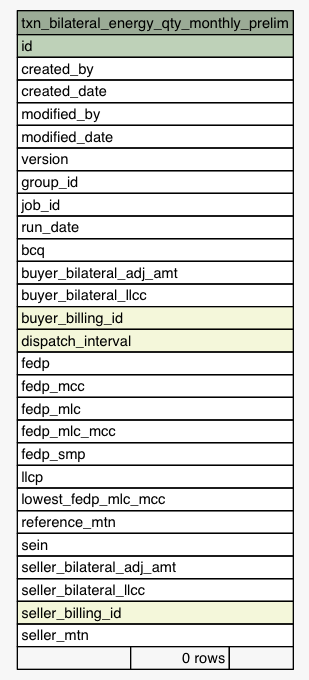
The Graphviz diagram Data/settlement/diagrams/summary/txn_bilateral_energy_qty_monthly_prelim.1degree.png in eyana-m/python-data-dictionary-writer, before a commit. Its source is kept beside it as Data/settlement/diagrams/summary/txn_bilateral_energy_qty_monthly_prelim.1degree.dot. The source it was exported from:
```dot
digraph "txn_bilateral_energy_qty_monthly_prelim" {
  graph [
    rankdir="RL"
    bgcolor="#f7f7f7"
    nodesep="0.18"
    ranksep="0.46"
    fontname="Helvetica"
    fontsize="11"
  ];
  node [
    fontname="Helvetica"
    fontsize="11"
    shape="plaintext"
  ];
  edge [
    arrowsize="0.8"
  ];
  "txn_bilateral_energy_qty_monthly_prelim" [
    label=<
    <TABLE BORDER="0" CELLBORDER="1" CELLSPACING="0" BGCOLOR="#ffffff">
      <TR><TD COLSPAN="3" BGCOLOR="#9bab96" ALIGN="CENTER">txn_bilateral_energy_qty_monthly_prelim</TD></TR>
      <TR><TD PORT="id" COLSPAN="3" BGCOLOR="#bed1b8" ALIGN="LEFT">id</TD></TR>
      <TR><TD PORT="created_by" COLSPAN="3" ALIGN="LEFT">created_by</TD></TR>
      <TR><TD PORT="created_date" COLSPAN="3" ALIGN="LEFT">created_date</TD></TR>
      <TR><TD PORT="modified_by" COLSPAN="3" ALIGN="LEFT">modified_by</TD></TR>
      <TR><TD PORT="modified_date" COLSPAN="3" ALIGN="LEFT">modified_date</TD></TR>
      <TR><TD PORT="version" COLSPAN="3" ALIGN="LEFT">version</TD></TR>
      <TR><TD PORT="group_id" COLSPAN="3" ALIGN="LEFT">group_id</TD></TR>
      <TR><TD PORT="job_id" COLSPAN="3" ALIGN="LEFT">job_id</TD></TR>
      <TR><TD PORT="run_date" COLSPAN="3" ALIGN="LEFT">run_date</TD></TR>
      <TR><TD PORT="bcq" COLSPAN="3" ALIGN="LEFT">bcq</TD></TR>
      <TR><TD PORT="buyer_bilateral_adj_amt" COLSPAN="3" ALIGN="LEFT">buyer_bilateral_adj_amt</TD></TR>
      <TR><TD PORT="buyer_bilateral_llcc" COLSPAN="3" ALIGN="LEFT">buyer_bilateral_llcc</TD></TR>
      <TR><TD PORT="buyer_billing_id" COLSPAN="3" BGCOLOR="#f4f7da" ALIGN="LEFT">buyer_billing_id</TD></TR>
      <TR><TD PORT="dispatch_interval" COLSPAN="3" BGCOLOR="#f4f7da" ALIGN="LEFT">dispatch_interval</TD></TR>
      <TR><TD PORT="fedp" COLSPAN="3" ALIGN="LEFT">fedp</TD></TR>
      <TR><TD PORT="fedp_mcc" COLSPAN="3" ALIGN="LEFT">fedp_mcc</TD></TR>
      <TR><TD PORT="fedp_mlc" COLSPAN="3" ALIGN="LEFT">fedp_mlc</TD></TR>
      <TR><TD PORT="fedp_mlc_mcc" COLSPAN="3" ALIGN="LEFT">fedp_mlc_mcc</TD></TR>
      <TR><TD PORT="fedp_smp" COLSPAN="3" ALIGN="LEFT">fedp_smp</TD></TR>
      <TR><TD PORT="llcp" COLSPAN="3" ALIGN="LEFT">llcp</TD></TR>
      <TR><TD PORT="lowest_fedp_mlc_mcc" COLSPAN="3" ALIGN="LEFT">lowest_fedp_mlc_mcc</TD></TR>
      <TR><TD PORT="reference_mtn" COLSPAN="3" ALIGN="LEFT">reference_mtn</TD></TR>
      <TR><TD PORT="sein" COLSPAN="3" ALIGN="LEFT">sein</TD></TR>
      <TR><TD PORT="seller_bilateral_adj_amt" COLSPAN="3" ALIGN="LEFT">seller_bilateral_adj_amt</TD></TR>
      <TR><TD PORT="seller_bilateral_llcc" COLSPAN="3" ALIGN="LEFT">seller_bilateral_llcc</TD></TR>
      <TR><TD PORT="seller_billing_id" COLSPAN="3" BGCOLOR="#f4f7da" ALIGN="LEFT">seller_billing_id</TD></TR>
      <TR><TD PORT="seller_mtn" COLSPAN="3" ALIGN="LEFT">seller_mtn</TD></TR>
      <TR><TD ALIGN="LEFT" BGCOLOR="#f7f7f7">  </TD><TD ALIGN="RIGHT" BGCOLOR="#f7f7f7">0 rows</TD><TD ALIGN="RIGHT" BGCOLOR="#f7f7f7">  </TD></TR>
    </TABLE>>
    URL="tables/txn_bilateral_energy_qty_monthly_prelim.html"
    tooltip="txn_bilateral_energy_qty_monthly_prelim"
  ];
}
```
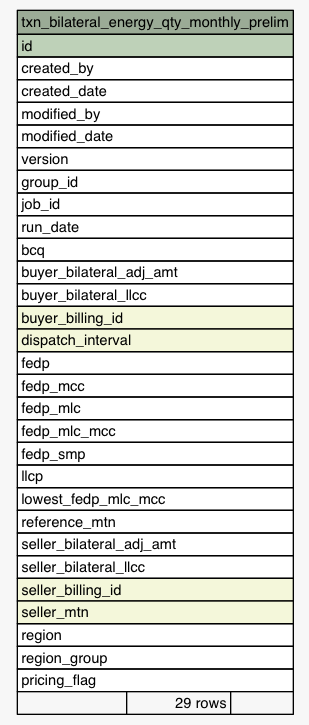
Later version of the same file.

Change to the diagram source:
```diff
@@ -41,12 +41,14 @@
       <TR><TD PORT="llcp" COLSPAN="3" ALIGN="LEFT">llcp</TD></TR>
       <TR><TD PORT="lowest_fedp_mlc_mcc" COLSPAN="3" ALIGN="LEFT">lowest_fedp_mlc_mcc</TD></TR>
       <TR><TD PORT="reference_mtn" COLSPAN="3" ALIGN="LEFT">reference_mtn</TD></TR>
-      <TR><TD PORT="sein" COLSPAN="3" ALIGN="LEFT">sein</TD></TR>
       <TR><TD PORT="seller_bilateral_adj_amt" COLSPAN="3" ALIGN="LEFT">seller_bilateral_adj_amt</TD></TR>
       <TR><TD PORT="seller_bilateral_llcc" COLSPAN="3" ALIGN="LEFT">seller_bilateral_llcc</TD></TR>
       <TR><TD PORT="seller_billing_id" COLSPAN="3" BGCOLOR="#f4f7da" ALIGN="LEFT">seller_billing_id</TD></TR>
-      <TR><TD PORT="seller_mtn" COLSPAN="3" ALIGN="LEFT">seller_mtn</TD></TR>
-      <TR><TD ALIGN="LEFT" BGCOLOR="#f7f7f7">  </TD><TD ALIGN="RIGHT" BGCOLOR="#f7f7f7">0 rows</TD><TD ALIGN="RIGHT" BGCOLOR="#f7f7f7">  </TD></TR>
+      <TR><TD PORT="seller_mtn" COLSPAN="3" BGCOLOR="#f4f7da" ALIGN="LEFT">seller_mtn</TD></TR>
+      <TR><TD PORT="region" COLSPAN="3" ALIGN="LEFT">region</TD></TR>
+      <TR><TD PORT="region_group" COLSPAN="3" ALIGN="LEFT">region_group</TD></TR>
+      <TR><TD PORT="pricing_flag" COLSPAN="3" ALIGN="LEFT">pricing_flag</TD></TR>
+      <TR><TD ALIGN="LEFT" BGCOLOR="#f7f7f7">  </TD><TD ALIGN="RIGHT" BGCOLOR="#f7f7f7">29 rows</TD><TD ALIGN="RIGHT" BGCOLOR="#f7f7f7">  </TD></TR>
     </TABLE>>
     URL="tables/txn_bilateral_energy_qty_monthly_prelim.html"
     tooltip="txn_bilateral_energy_qty_monthly_prelim"
```
